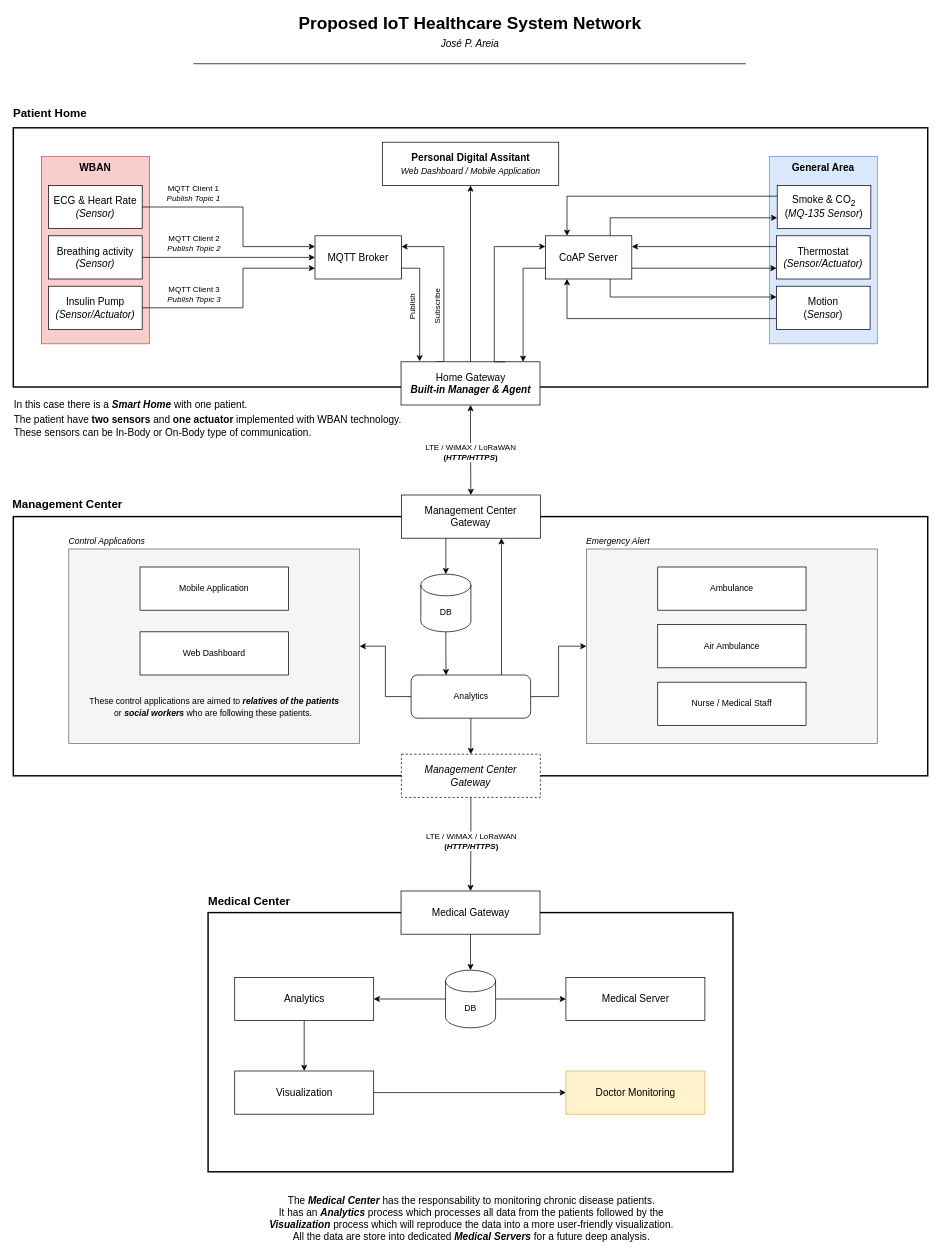
The draw.io diagram diagrams/iaiotsecurity-s2x.drawio in joseareia/iaiotsecurity-s2x, before the edit. Source tidied: cells renumbered, new cells numbered last; positions are measured from the earlier drawing's top-left corner, leaving out a move shared by most shapes. Both pictures are drawn from the tidied source at 72%, with x=0, y=0 at pixel (12, 12).
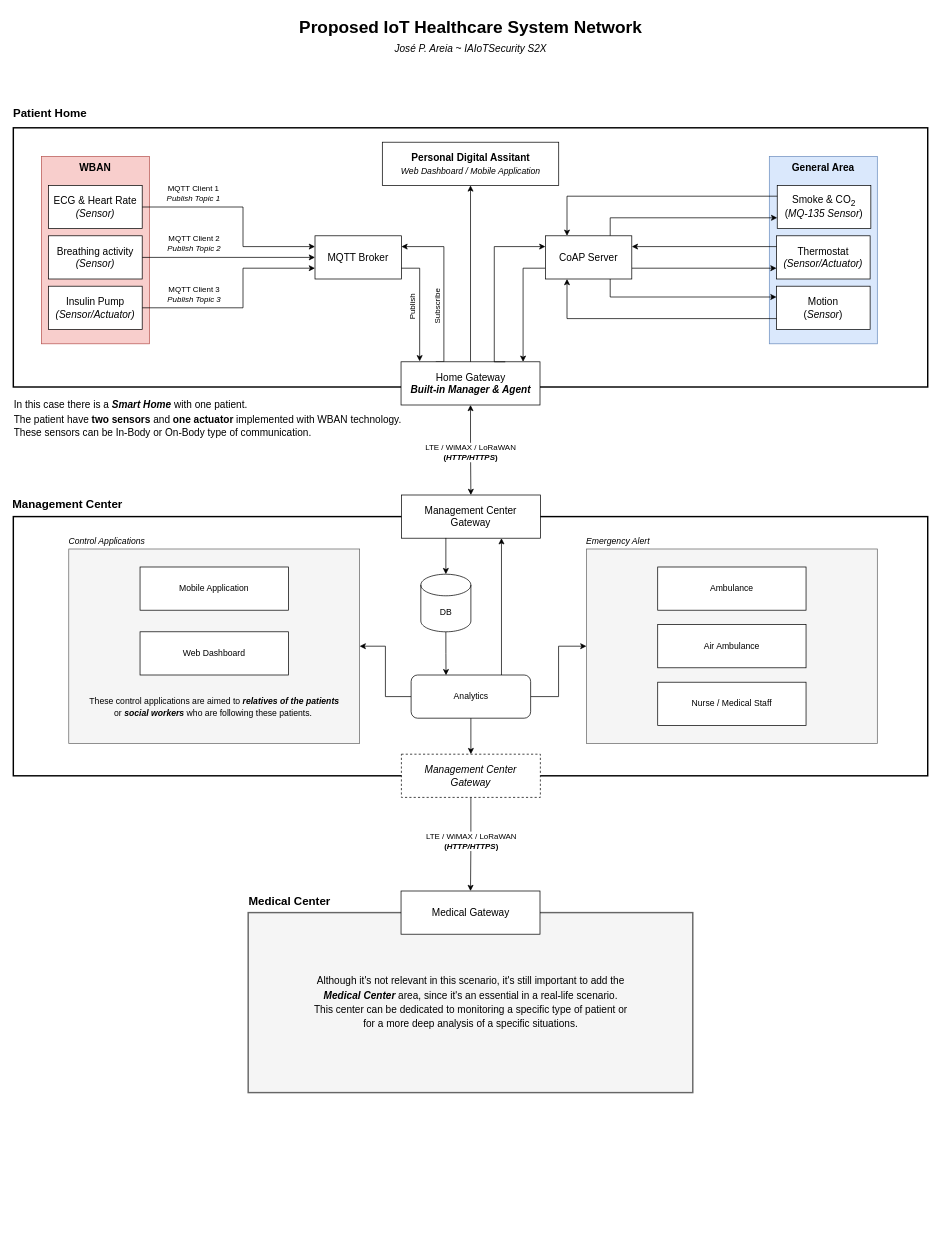
The same diagram, later.

Commit message (it also covers changes not shown here):
edit: diagram - reviewed version

Change to the diagram source:
```diff
@@
+    <mxCell id="83" style="group;" parent="1" vertex="1">
+      <mxGeometry x="390.5" y="6" width="490" height="54" as="geometry" />
+    </mxCell>
+    <mxCell id="81" value="Proposed IoT Healthcare System Network" style="text;html=1;align=center;verticalAlign=middle;strokeColor=none;fillColor=none;fontStyle=1;fontSize=24;" parent="83" vertex="1">
+      <mxGeometry width="490" height="30" as="geometry" />
+    </mxCell>
+    <mxCell id="82" value="José P. Areia ~ IAIoTSecurity S2X" style="text;html=1;align=center;verticalAlign=middle;strokeColor=none;fillColor=none;fontStyle=2;fontSize=14;" parent="83" vertex="1">
+      <mxGeometry x="130" y="34" width="230" height="20" as="geometry" />
+    </mxCell>
+    <mxCell id="64" style="rounded=0;whiteSpace=wrap;html=1;fontSize=14;strokeWidth=2;fillColor=#f5f5f5;strokeColor=#666666;gradientDirection=radial;fontColor=#333333;" parent="1" vertex="1">
+      <mxGeometry x="327.2" y="1250" width="617.5" height="250" as="geometry" />
+    </mxCell>
@@
-    <mxCell id="62" value="The&amp;nbsp;&lt;b style=&quot;font-style: italic&quot;&gt;Medical Center&amp;nbsp;&lt;/b&gt;has the responsability to monitoring chronic disease patients.&lt;br&gt;It has an &lt;b&gt;&lt;i&gt;Analytics&lt;/i&gt;&lt;/b&gt;&amp;nbsp;process which processes all data from the patients followed by the &lt;br&gt;&lt;i style=&quot;font-weight: bold&quot;&gt;Visualization&lt;/i&gt;&amp;nbsp;process which will reproduce the data into a more user-friendly visualization.&lt;br&gt;All the data are store into dedicated &lt;i style=&quot;font-weight: bold&quot;&gt;Medical Servers &lt;/i&gt;for a future deep analysis." style="text;html=1;align=center;verticalAlign=middle;strokeColor=none;fillColor=none;fontSize=14;" parent="1" vertex="1">
-      <mxGeometry x="346.5" y="1640" width="580" height="70" as="geometry" />
-    </mxCell>
-    <mxCell id="63" style="group;" parent="1" vertex="1">
-      <mxGeometry x="271.5" y="1220" width="729" height="390" as="geometry" />
-    </mxCell>
-    <mxCell id="64" style="rounded=0;whiteSpace=wrap;html=1;fontSize=14;fillColor=none;strokeWidth=2;" parent="63" vertex="1">
-      <mxGeometry y="30" width="729" height="360" as="geometry" />
-    </mxCell>
-    <mxCell id="65" value="&lt;b&gt;&lt;font style=&quot;font-size: 16px&quot;&gt;Medical Center&lt;/font&gt;&lt;/b&gt;" style="text;html=1;align=left;verticalAlign=middle;strokeColor=none;fillColor=none;fontSize=14;spacing=0;" parent="63" vertex="1">
-      <mxGeometry y="4" width="130" height="20" as="geometry" />
-    </mxCell>
-    <mxCell id="66" value="Medical Gateway" style="whiteSpace=wrap;html=1;fontSize=14;fontStyle=0;" parent="63" vertex="1">
-      <mxGeometry x="268" width="193" height="60" as="geometry" />
-    </mxCell>
-    <mxCell id="67" value="Medical Server" style="whiteSpace=wrap;html=1;fontSize=14;fontStyle=0;" parent="63" vertex="1">
-      <mxGeometry x="497" y="120" width="193" height="60" as="geometry" />
-    </mxCell>
-    <mxCell id="68" value="Analytics" style="whiteSpace=wrap;html=1;fontSize=14;fontStyle=0;" parent="63" vertex="1">
-      <mxGeometry x="37" y="120" width="193" height="60" as="geometry" />
-    </mxCell>
-    <mxCell id="69" value="Visualization" style="whiteSpace=wrap;html=1;fontSize=14;fontStyle=0;" parent="63" vertex="1">
-      <mxGeometry x="37" y="250" width="193" height="60" as="geometry" />
-    </mxCell>
-    <mxCell id="70" style="edgeStyle=orthogonalEdgeStyle;rounded=0;jettySize=auto;html=1;exitX=0.5;exitY=1;exitDx=0;exitDy=0;entryX=0.5;entryY=0;entryDx=0;entryDy=0;fontSize=12;" parent="63" edge="1" source="68" target="69">
-      <mxGeometry relative="1" as="geometry" />
-    </mxCell>
-    <mxCell id="71" value="Doctor Monitoring" style="whiteSpace=wrap;html=1;fontSize=14;fontStyle=0;fillColor=#fff2cc;strokeColor=#d6b656;" parent="63" vertex="1">
-      <mxGeometry x="497" y="250" width="193" height="60" as="geometry" />
-    </mxCell>
-    <mxCell id="72" style="edgeStyle=orthogonalEdgeStyle;rounded=0;jettySize=auto;html=1;exitX=1;exitY=0.5;exitDx=0;exitDy=0;entryX=0;entryY=0.5;entryDx=0;entryDy=0;fontSize=12;" parent="63" edge="1" source="69" target="71">
-      <mxGeometry relative="1" as="geometry" />
-    </mxCell>
-    <mxCell id="73" style="edgeStyle=orthogonalEdgeStyle;rounded=0;jettySize=auto;html=1;exitX=1;exitY=0.5;exitDx=0;exitDy=0;exitPerimeter=0;entryX=0;entryY=0.5;entryDx=0;entryDy=0;fontSize=12;" parent="63" edge="1" source="75" target="67">
-      <mxGeometry relative="1" as="geometry" />
-    </mxCell>
-    <mxCell id="74" style="edgeStyle=orthogonalEdgeStyle;rounded=0;jettySize=auto;html=1;exitX=0;exitY=0.5;exitDx=0;exitDy=0;exitPerimeter=0;entryX=1;entryY=0.5;entryDx=0;entryDy=0;fontSize=12;" parent="63" edge="1" source="75" target="68">
-      <mxGeometry relative="1" as="geometry" />
-    </mxCell>
-    <mxCell id="75" value="DB" style="shape=cylinder3;whiteSpace=wrap;html=1;boundedLbl=1;backgroundOutline=1;size=15;rounded=1;fontSize=12;" parent="63" vertex="1">
-      <mxGeometry x="329.8" y="110" width="69.5" height="80" as="geometry" />
-    </mxCell>
-    <mxCell id="76" style="edgeStyle=orthogonalEdgeStyle;rounded=0;jettySize=auto;html=1;exitX=0.5;exitY=1;exitDx=0;exitDy=0;entryX=0.5;entryY=0;entryDx=0;entryDy=0;entryPerimeter=0;fontSize=12;" parent="63" edge="1" source="66" target="75">
-      <mxGeometry relative="1" as="geometry" />
-    </mxCell>
@@
-    <mxCell id="80" style="endArrow=none;html=1;rounded=0;fontSize=12;" parent="1" edge="1">
-      <mxGeometry relative="1" as="geometry">
-        <mxPoint x="251" y="71" as="sourcePoint" />
-        <mxPoint x="1018.5" y="71" as="targetPoint" />
-      </mxGeometry>
-    </mxCell>
-    <mxCell id="81" value="Proposed IoT Healthcare System Network" style="text;html=1;align=center;verticalAlign=middle;strokeColor=none;fillColor=none;fontStyle=1;fontSize=24;" parent="1" vertex="1">
-      <mxGeometry x="389.8" width="490" height="30" as="geometry" />
-    </mxCell>
-    <mxCell id="82" value="José P. Areia" style="text;html=1;align=center;verticalAlign=middle;strokeColor=none;fillColor=none;fontStyle=2;fontSize=14;" parent="1" vertex="1">
-      <mxGeometry x="584.8" y="33" width="100" height="20" as="geometry" />
-    </mxCell>
+    <mxCell id="65" value="&lt;b&gt;&lt;font style=&quot;font-size: 16px&quot;&gt;Medical Center&lt;/font&gt;&lt;/b&gt;" style="text;html=1;align=left;verticalAlign=middle;strokeColor=none;fillColor=none;fontSize=14;spacing=0;" parent="1" vertex="1">
+      <mxGeometry x="327.8" y="1224" width="130" height="20" as="geometry" />
+    </mxCell>
+    <mxCell id="66" value="Medical Gateway" style="whiteSpace=wrap;html=1;fontSize=14;fontStyle=0;" parent="1" vertex="1">
+      <mxGeometry x="539.5" y="1220" width="193" height="60" as="geometry" />
+    </mxCell>
+    <mxCell id="84" value="&lt;p style=&quot;line-height: 1.4; font-size: 14px;&quot;&gt;Although it's not relevant in this scenario, it's still important to add the &lt;i style=&quot;font-weight: bold; font-size: 14px;&quot;&gt;Medical Center &lt;/i&gt;area, since it's an essential in a real-life scenario.&lt;br style=&quot;font-size: 14px;&quot;&gt;This center can be dedicated to monitoring a specific type of patient or for a more deep analysis of a specific situations.&lt;/p&gt;" style="rounded=0;whiteSpace=wrap;html=1;gradientDirection=radial;fontSize=14;fillColor=none;strokeColor=none;" parent="1" vertex="1">
+      <mxGeometry x="409.6" y="1305" width="452.9" height="140" as="geometry" />
+    </mxCell>
```
